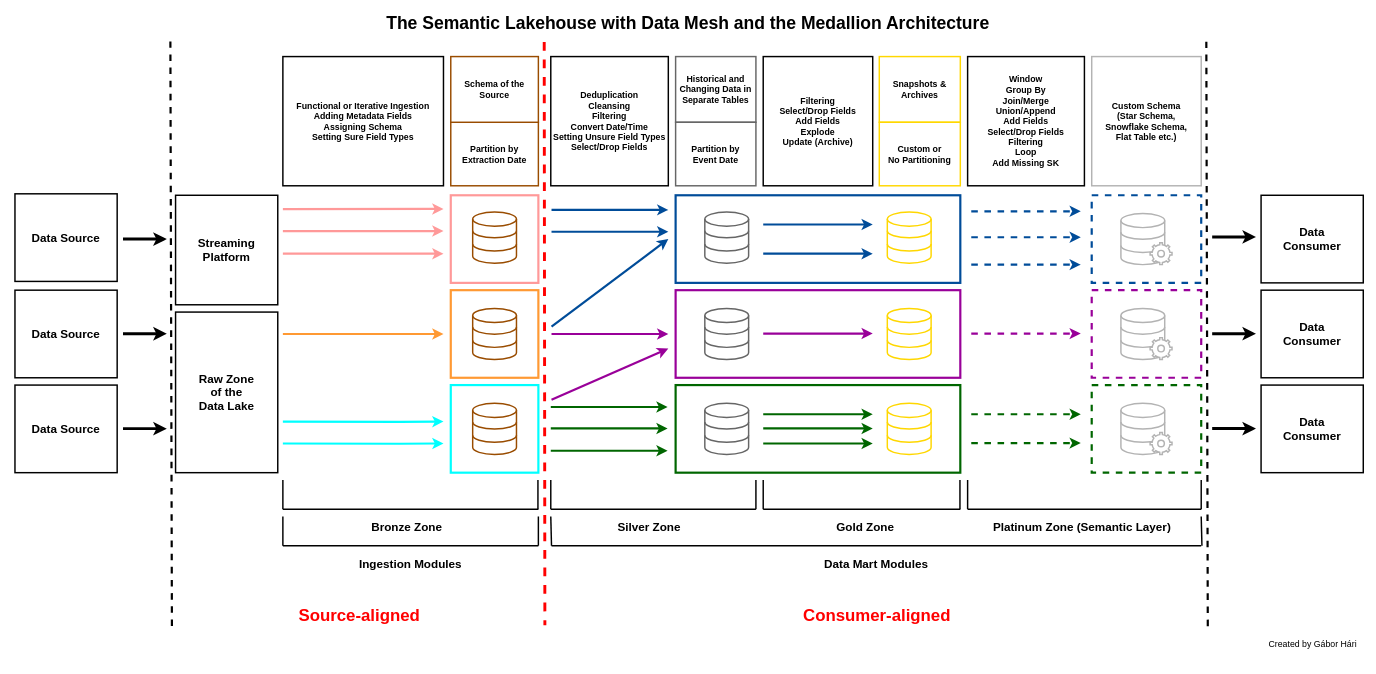
Above: resources/Architecture.drawio in harigabor96/Wildfires (draw.io), before the change. Source tidied: cells renumbered, new cells numbered last; positions are measured from the earlier drawing's top-left corner, leaving out a move shared by most shapes. Both pictures are drawn from the tidied source at 73%, with x=0, y=0 at pixel (12, 12).
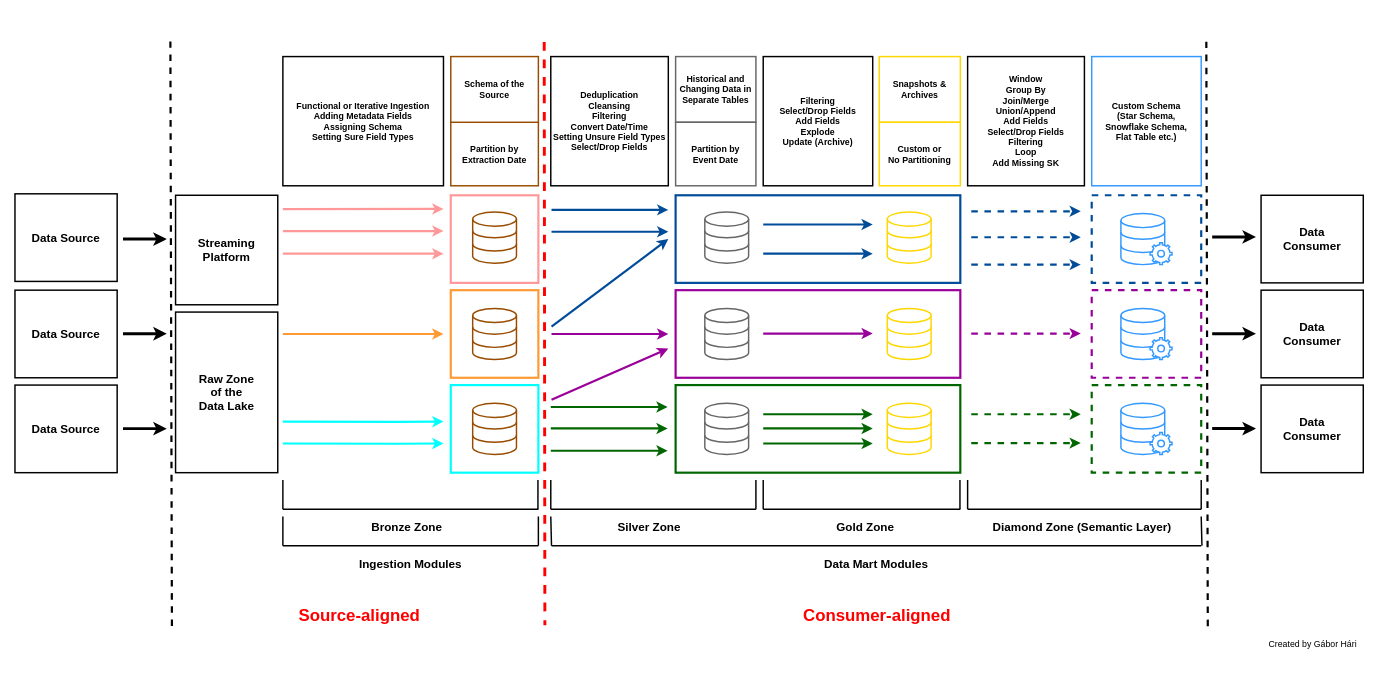
The same page after the edit.

Commit message (it also covers changes not shown here):
platinum layer adjusted to naming convention

The edit, as a diff of the source:
```diff
@@
-    <mxCell id="68" value="&lt;span style=&quot;font-size: 16px;&quot;&gt;&lt;b&gt;Platinum Zone (Semantic Layer)&lt;/b&gt;&lt;/span&gt;" style="text;html=1;strokeColor=none;fillColor=none;align=center;verticalAlign=middle;whiteSpace=wrap;rounded=0;" parent="1" vertex="1">
+    <mxCell id="68" value="&lt;span style=&quot;font-size: 16px;&quot;&gt;&lt;b&gt;Diamond Zone (Semantic Layer)&lt;/b&gt;&lt;/span&gt;" style="text;html=1;strokeColor=none;fillColor=none;align=center;verticalAlign=middle;whiteSpace=wrap;rounded=0;" parent="1" vertex="1">
       <mxGeometry x="1300" y="690" width="330" height="30" as="geometry" />
     </mxCell>
@@
-    <mxCell id="70" style="html=1;verticalLabelPosition=bottom;align=center;labelBackgroundColor=#ffffff;verticalAlign=top;strokeWidth=2;strokeColor=#B3B3B3;shadow=0;dashed=0;shape=mxgraph.ios7.icons.data;" parent="1" vertex="1">
+    <mxCell id="70" style="html=1;verticalLabelPosition=bottom;align=center;labelBackgroundColor=#ffffff;verticalAlign=top;strokeWidth=2;strokeColor=#3399FF;shadow=0;dashed=0;shape=mxgraph.ios7.icons.data;" parent="1" vertex="1">
       <mxGeometry x="1518" y="535" width="60" height="70" as="geometry" />
     </mxCell>
-    <mxCell id="71" style="html=1;verticalLabelPosition=bottom;align=center;labelBackgroundColor=#ffffff;verticalAlign=top;strokeWidth=2;strokeColor=#B3B3B3;shadow=0;dashed=0;shape=mxgraph.ios7.icons.settings;" parent="1" vertex="1">
+    <mxCell id="71" style="html=1;verticalLabelPosition=bottom;align=center;labelBackgroundColor=#ffffff;verticalAlign=top;strokeWidth=2;strokeColor=#3399FF;shadow=0;dashed=0;shape=mxgraph.ios7.icons.settings;" parent="1" vertex="1">
       <mxGeometry x="1558" y="575" width="30" height="30" as="geometry" />
     </mxCell>
@@
-    <mxCell id="73" style="html=1;verticalLabelPosition=bottom;align=center;labelBackgroundColor=#ffffff;verticalAlign=top;strokeWidth=2;strokeColor=#B3B3B3;shadow=0;dashed=0;shape=mxgraph.ios7.icons.data;" parent="1" vertex="1">
+    <mxCell id="73" style="html=1;verticalLabelPosition=bottom;align=center;labelBackgroundColor=#ffffff;verticalAlign=top;strokeWidth=2;strokeColor=#3399FF;shadow=0;dashed=0;shape=mxgraph.ios7.icons.data;" parent="1" vertex="1">
       <mxGeometry x="1518" y="405" width="60" height="70" as="geometry" />
     </mxCell>
-    <mxCell id="74" style="html=1;verticalLabelPosition=bottom;align=center;labelBackgroundColor=#ffffff;verticalAlign=top;strokeWidth=2;strokeColor=#B3B3B3;shadow=0;dashed=0;shape=mxgraph.ios7.icons.settings;" parent="1" vertex="1">
+    <mxCell id="74" style="html=1;verticalLabelPosition=bottom;align=center;labelBackgroundColor=#ffffff;verticalAlign=top;strokeWidth=2;strokeColor=#3399FF;shadow=0;dashed=0;shape=mxgraph.ios7.icons.settings;" parent="1" vertex="1">
       <mxGeometry x="1558" y="445" width="30" height="30" as="geometry" />
     </mxCell>
@@
-    <mxCell id="76" style="html=1;verticalLabelPosition=bottom;align=center;labelBackgroundColor=#ffffff;verticalAlign=top;strokeWidth=2;strokeColor=#B3B3B3;shadow=0;dashed=0;shape=mxgraph.ios7.icons.data;" parent="1" vertex="1">
+    <mxCell id="76" style="html=1;verticalLabelPosition=bottom;align=center;labelBackgroundColor=#ffffff;verticalAlign=top;strokeWidth=2;strokeColor=#3399FF;shadow=0;dashed=0;shape=mxgraph.ios7.icons.data;" parent="1" vertex="1">
       <mxGeometry x="1518" y="275" width="60" height="70" as="geometry" />
     </mxCell>
-    <mxCell id="77" style="html=1;verticalLabelPosition=bottom;align=center;labelBackgroundColor=#ffffff;verticalAlign=top;strokeWidth=2;strokeColor=#B3B3B3;shadow=0;dashed=0;shape=mxgraph.ios7.icons.settings;" parent="1" vertex="1">
+    <mxCell id="77" style="html=1;verticalLabelPosition=bottom;align=center;labelBackgroundColor=#ffffff;verticalAlign=top;strokeWidth=2;strokeColor=#3399FF;shadow=0;dashed=0;shape=mxgraph.ios7.icons.settings;" parent="1" vertex="1">
       <mxGeometry x="1558" y="315" width="30" height="30" as="geometry" />
     </mxCell>
@@
-    <mxCell id="79" value="&lt;font style=&quot;font-size: 24px;&quot;&gt;&lt;b&gt;The Semantic Lakehouse with Data Mesh and the Medallion Architecture&lt;/b&gt;&lt;/font&gt;" style="text;html=1;strokeColor=none;fillColor=none;align=center;verticalAlign=middle;whiteSpace=wrap;rounded=0;" parent="1" vertex="1">
-      <mxGeometry width="1850" height="30" as="geometry" />
-    </mxCell>
@@
-    <mxCell id="86" value="&lt;b&gt;Custom Schema &lt;br&gt;(Star Schema, &lt;br&gt;Snowflake Schema, &lt;br&gt;Flat Table etc.)&lt;br&gt;&lt;/b&gt;" style="rounded=0;whiteSpace=wrap;html=1;glass=0;strokeColor=#B3B3B3;strokeWidth=2;fillColor=#FFFFFF;" parent="1" vertex="1">
+    <mxCell id="86" value="&lt;b&gt;Custom Schema &lt;br&gt;(Star Schema, &lt;br&gt;Snowflake Schema, &lt;br&gt;Flat Table etc.)&lt;br&gt;&lt;/b&gt;" style="rounded=0;whiteSpace=wrap;html=1;glass=0;strokeColor=#3399FF;strokeWidth=2;fillColor=#FFFFFF;" parent="1" vertex="1">
       <mxGeometry x="1478" y="60" width="150" height="177" as="geometry" />
     </mxCell>
```
